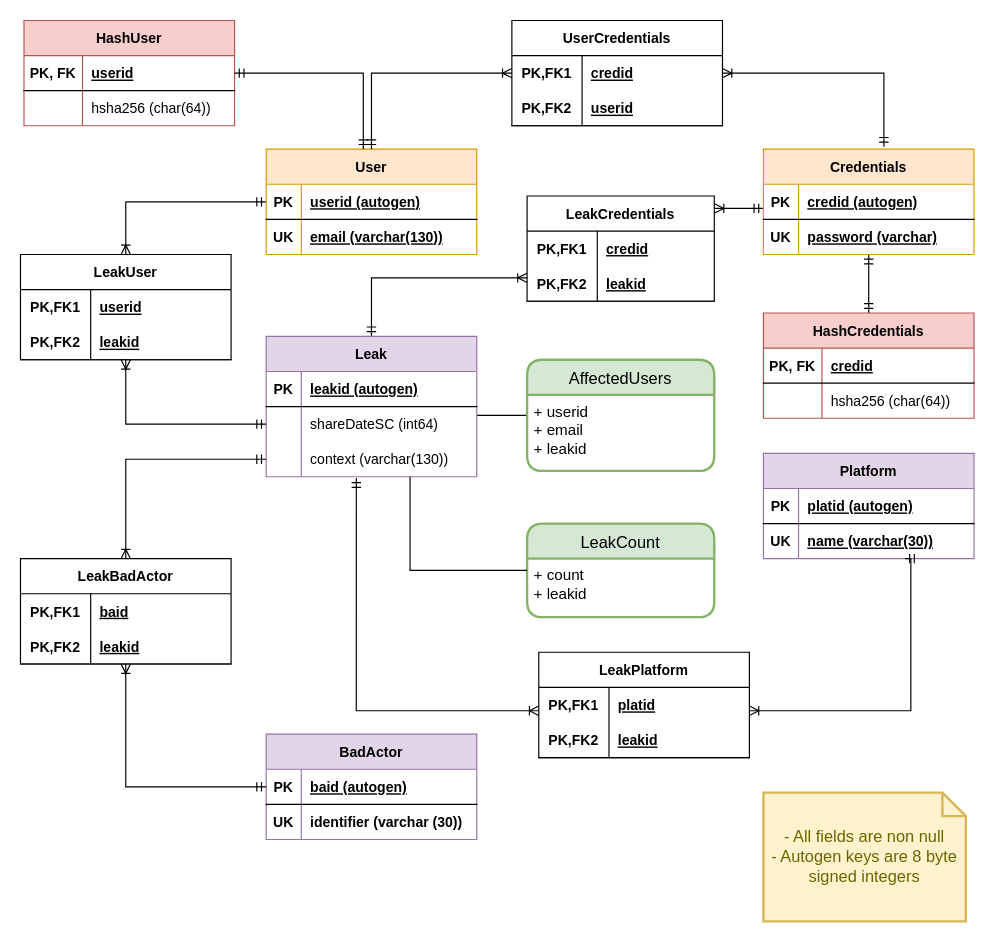
This is core/src/002-data-model.drawio from palavrapasse/docs, a draw.io file, before an edit. Source tidied: cells renumbered, new cells numbered last; positions are measured from the earlier drawing's top-left corner, leaving out a move shared by most shapes. Both pictures are drawn from the tidied source at 117%, with x=0, y=0 at pixel (20, 20).
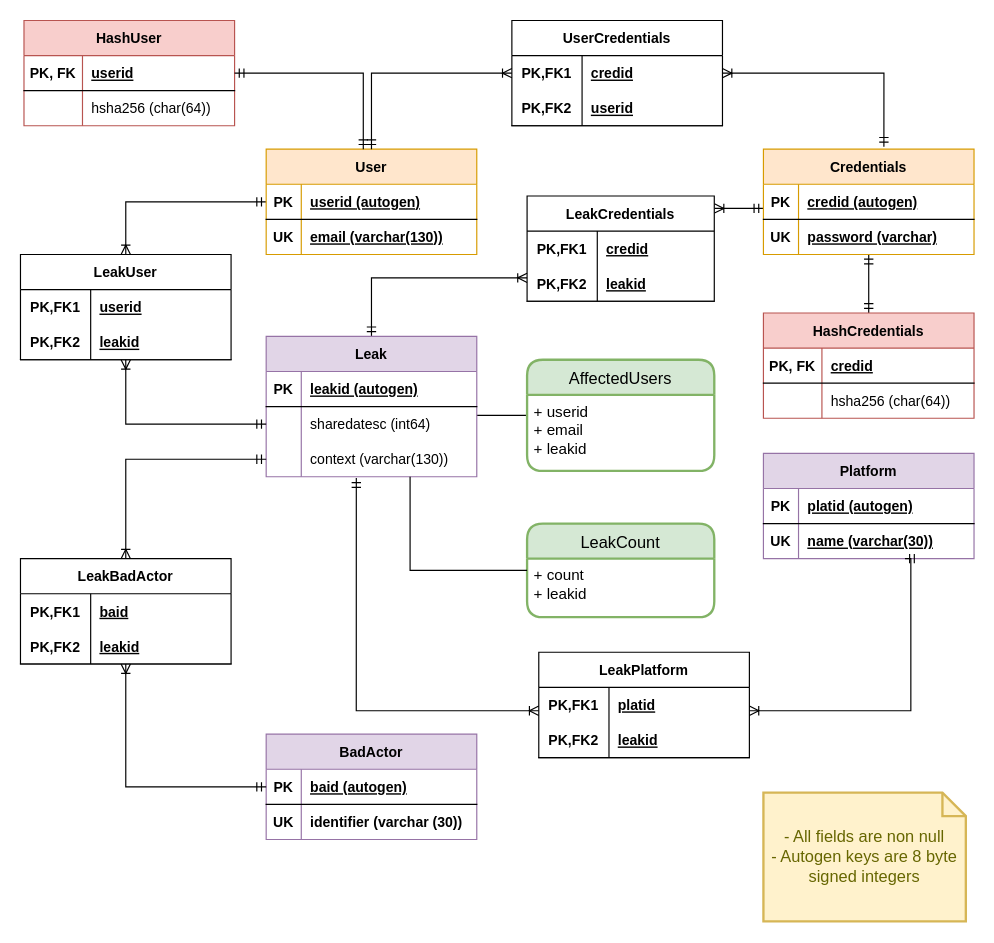
Above is the later version.

The change refers to these unchanged cells:
```xml
<mxCell id="24" style="shape=tableRow;horizontal=0;startSize=0;swimlaneHead=0;swimlaneBody=0;fillColor=none;points=[[0,0.5],[1,0.5]];portConstraint=eastwest;top=0;left=0;right=0;bottom=0;" parent="20" vertex="1">
  <mxGeometry y="60" width="180" height="30" as="geometry" />
</mxCell>
```

Diff of the diagram source:
```diff
@@
-    <mxCell id="26" value="shareDateSC (int64)" style="shape=partialRectangle;fillColor=none;top=0;left=0;bottom=0;right=0;align=left;spacingLeft=6;overflow=hidden;" parent="24" vertex="1">
+    <mxCell id="26" value="sharedatesc (int64)" style="shape=partialRectangle;fillColor=none;top=0;left=0;bottom=0;right=0;align=left;spacingLeft=6;overflow=hidden;" parent="24" vertex="1">
       <mxGeometry x="30" width="150" height="30" as="geometry" />
     </mxCell>
```
